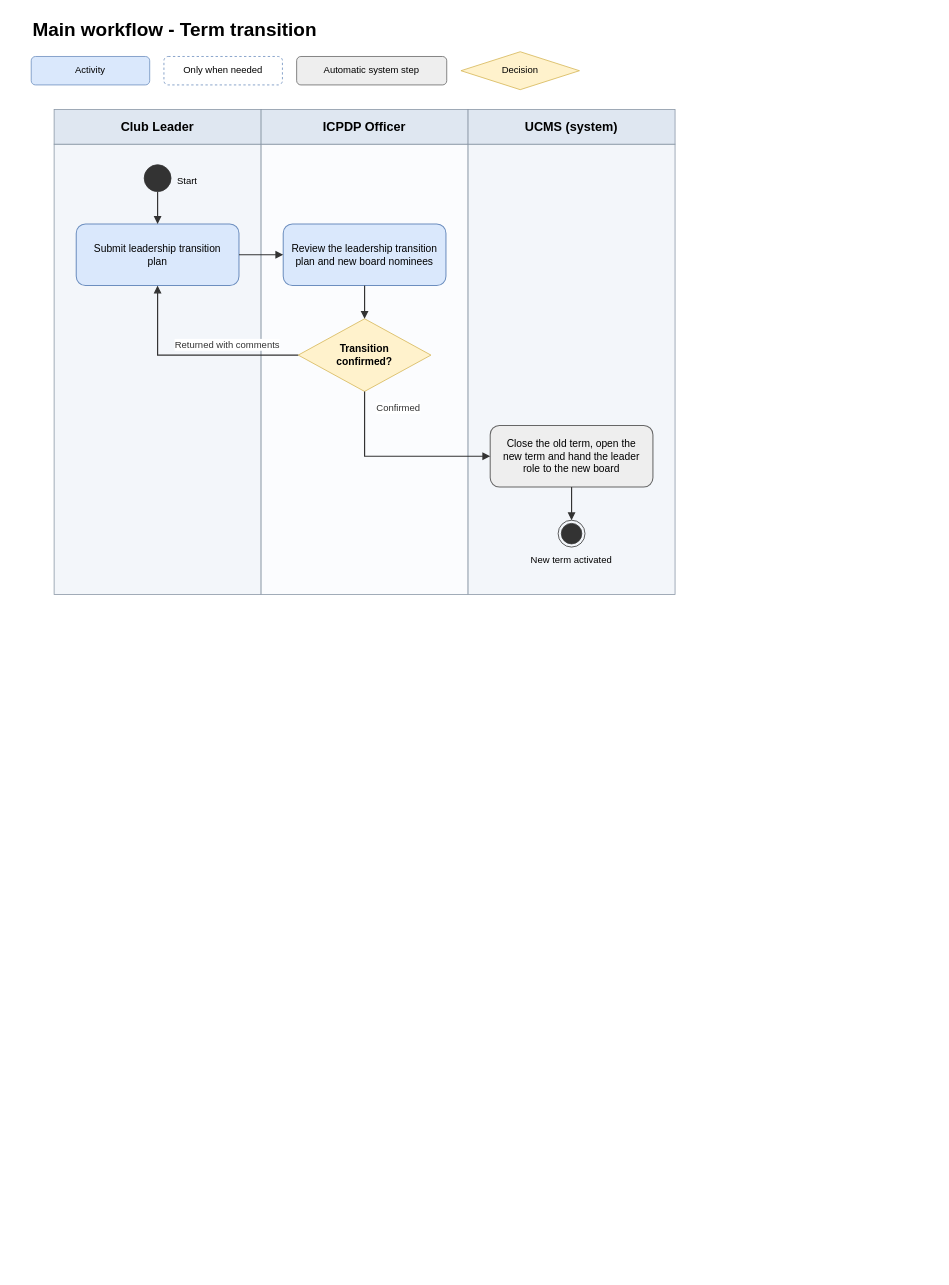
Earlier version of the draw.io diagram page "04 Term transition" (4 of 8) of docs/03-diagrams/UCMS_Main_Workflow.drawio (nvdekay/ClubManagementSystem). Source tidied: cells renumbered, new cells numbered last; positions are measured from the earlier drawing's top-left corner, leaving out a move shared by most shapes. Both pictures are drawn from the tidied source at 79%, with x=0, y=0 at pixel (31, 15).
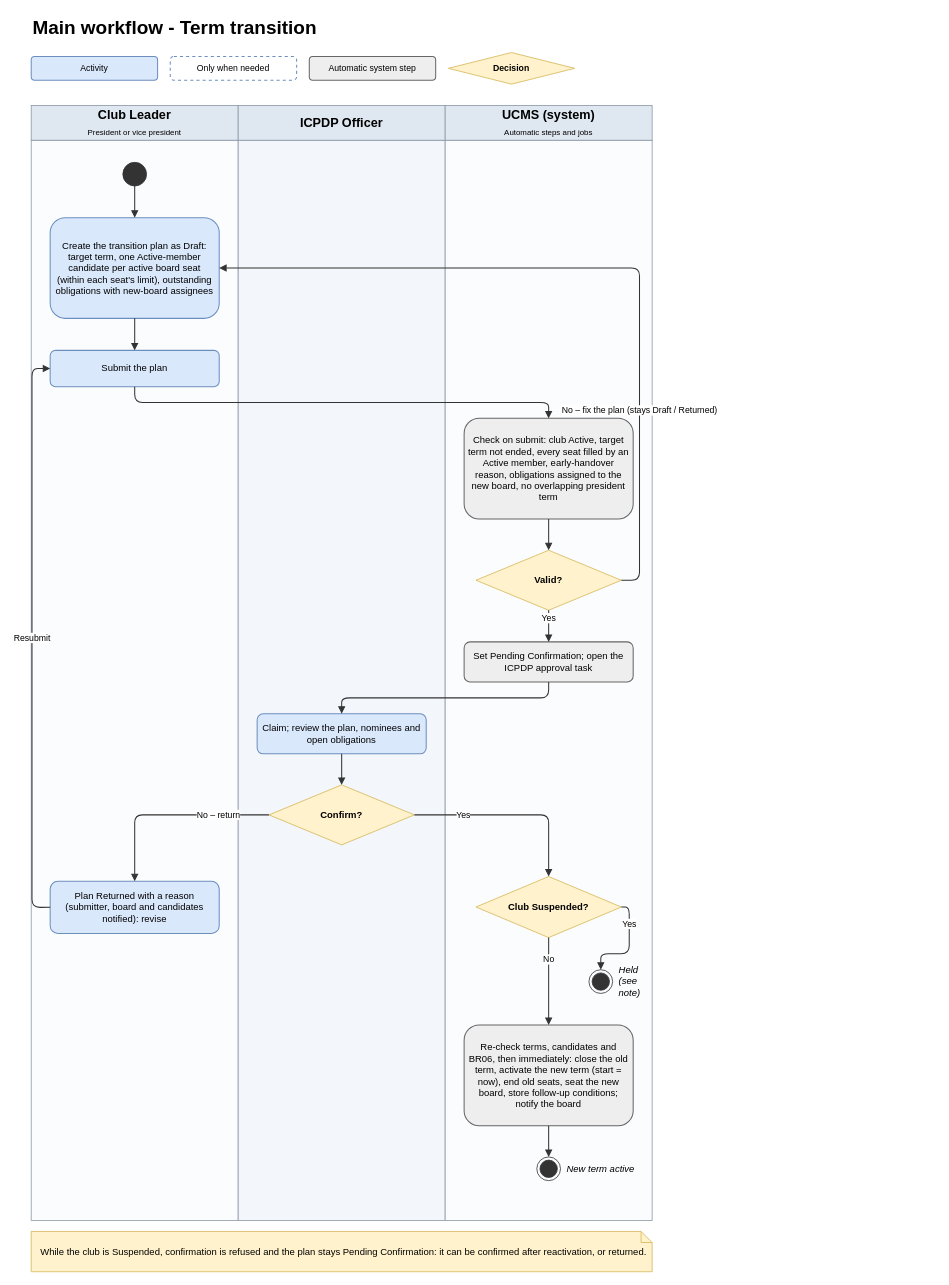
After the change.

Change to the diagram source:
```diff
@@
     <mxCell id="2" value="Main workflow - Term transition" style="text;html=1;align=left;verticalAlign=middle;fontSize=24;fontStyle=1;" parent="1" vertex="1">
-      <mxGeometry width="1144" height="36" as="geometry" />
+      <mxGeometry y="-2" width="786" height="36" as="geometry" />
     </mxCell>
-    <mxCell id="3" value="Activity" style="rounded=1;whiteSpace=wrap;html=1;fillColor=#dae8fc;strokeColor=#6c8ebf;fontSize=12;" parent="1" vertex="1">
-      <mxGeometry y="52" width="150" height="36" as="geometry" />
+    <mxCell id="3" value="Activity" style="rounded=1;whiteSpace=wrap;html=1;fillColor=#dae8fc;strokeColor=#6c8ebf;strokeWidth=1.3;spacing=6;fontSize=11;" parent="1" vertex="1">
+      <mxGeometry y="52" width="160" height="30" as="geometry" />
     </mxCell>
-    <mxCell id="4" value="Only when needed" style="rounded=1;whiteSpace=wrap;html=1;fillColor=#ffffff;strokeColor=#6c8ebf;fontSize=12;dashed=1;" parent="1" vertex="1">
-      <mxGeometry x="168" y="52" width="150" height="36" as="geometry" />
+    <mxCell id="4" value="Only when needed" style="rounded=1;whiteSpace=wrap;html=1;fillColor=#ffffff;strokeColor=#6c8ebf;dashed=1;strokeWidth=1.3;spacing=6;fontSize=11;" parent="1" vertex="1">
+      <mxGeometry x="176" y="52" width="160" height="30" as="geometry" />
     </mxCell>
-    <mxCell id="5" value="Automatic system step" style="rounded=1;whiteSpace=wrap;html=1;fillColor=#eeeeee;strokeColor=#666666;fontSize=12;" parent="1" vertex="1">
-      <mxGeometry x="336" y="52" width="190" height="36" as="geometry" />
+    <mxCell id="5" value="Automatic system step" style="rounded=1;whiteSpace=wrap;html=1;fillColor=#eeeeee;strokeColor=#666666;strokeWidth=1.3;spacing=6;fontSize=11;" parent="1" vertex="1">
+      <mxGeometry x="352" y="52" width="160" height="30" as="geometry" />
     </mxCell>
-    <mxCell id="6" value="Decision" style="rhombus;whiteSpace=wrap;html=1;fillColor=#fff2cc;strokeColor=#d6b656;fontSize=12;" parent="1" vertex="1">
-      <mxGeometry x="544" y="46" width="150" height="48" as="geometry" />
+    <mxCell id="6" value="Decision" style="rhombus;whiteSpace=wrap;html=1;fillColor=#fff2cc;strokeColor=#d6b656;fontStyle=1;spacingLeft=18;spacingRight=18;fontSize=11;" parent="1" vertex="1">
+      <mxGeometry x="528" y="47" width="160" height="40" as="geometry" />
     </mxCell>
-    <mxCell id="7" style="rounded=0;html=1;fillColor=#f3f6fa;strokeColor=#8a97a6;" parent="1" vertex="1">
-      <mxGeometry x="29" y="163" width="262" height="570" as="geometry" />
-    </mxCell>
-    <mxCell id="8" value="Club Leader" style="rounded=0;whiteSpace=wrap;html=1;fillColor=#dfe7f1;strokeColor=#8a97a6;fontStyle=1;fontSize=16;" parent="1" vertex="1">
-      <mxGeometry x="29" y="119" width="262" height="44" as="geometry" />
-    </mxCell>
-    <mxCell id="9" style="rounded=0;html=1;fillColor=#fbfcfe;strokeColor=#8a97a6;" parent="1" vertex="1">
-      <mxGeometry x="291" y="163" width="262" height="570" as="geometry" />
-    </mxCell>
+    <mxCell id="29" style="rounded=0;html=1;fillColor=#fbfcfe;strokeColor=#8a97a6;" parent="1" vertex="1">
+      <mxGeometry y="158" width="262" height="1367.3" as="geometry" />
+    </mxCell>
+    <mxCell id="30" value="&lt;b&gt;Club Leader&lt;/b&gt;&lt;br&gt;&lt;span style=&quot;font-size:10px;font-weight:normal;&quot;&gt;President or vice president&lt;/span&gt;" style="rounded=0;whiteSpace=wrap;html=1;fillColor=#dfe7f1;strokeColor=#8a97a6;fontSize=16;" parent="1" vertex="1">
+      <mxGeometry y="114" width="262" height="44" as="geometry" />
+    </mxCell>
+    <mxCell id="31" style="rounded=0;html=1;fillColor=#f3f6fa;strokeColor=#8a97a6;" parent="1" vertex="1">
+      <mxGeometry x="262" y="158" width="262" height="1367.3" as="geometry" />
+    </mxCell>
-    <mxCell id="10" value="ICPDP Officer" style="rounded=0;whiteSpace=wrap;html=1;fillColor=#dfe7f1;strokeColor=#8a97a6;fontStyle=1;fontSize=16;" parent="1" vertex="1">
-      <mxGeometry x="291" y="119" width="262" height="44" as="geometry" />
+    <mxCell id="10" value="&lt;b&gt;ICPDP Officer&lt;/b&gt;" style="rounded=0;whiteSpace=wrap;html=1;fillColor=#dfe7f1;strokeColor=#8a97a6;fontSize=16;" parent="1" vertex="1">
+      <mxGeometry x="262" y="114" width="262" height="44" as="geometry" />
     </mxCell>
-    <mxCell id="11" style="rounded=0;html=1;fillColor=#f3f6fa;strokeColor=#8a97a6;" parent="1" vertex="1">
-      <mxGeometry x="553" y="163" width="262" height="570" as="geometry" />
-    </mxCell>
-    <mxCell id="12" value="UCMS (system)" style="rounded=0;whiteSpace=wrap;html=1;fillColor=#dfe7f1;strokeColor=#8a97a6;fontStyle=1;fontSize=16;" parent="1" vertex="1">
-      <mxGeometry x="553" y="119" width="262" height="44" as="geometry" />
-    </mxCell>
+    <mxCell id="32" style="rounded=0;html=1;fillColor=#fbfcfe;strokeColor=#8a97a6;" parent="1" vertex="1">
+      <mxGeometry x="524" y="158" width="262" height="1367.3" as="geometry" />
+    </mxCell>
+    <mxCell id="33" value="&lt;b&gt;UCMS (system)&lt;/b&gt;&lt;br&gt;&lt;span style=&quot;font-size:10px;font-weight:normal;&quot;&gt;Automatic steps and jobs&lt;/span&gt;" style="rounded=0;whiteSpace=wrap;html=1;fillColor=#dfe7f1;strokeColor=#8a97a6;fontSize=16;" parent="1" vertex="1">
+      <mxGeometry x="524" y="114" width="262" height="44" as="geometry" />
+    </mxCell>
     <mxCell id="13" style="ellipse;html=1;fillColor=#333333;strokeColor=#333333;" parent="1" vertex="1">
-      <mxGeometry x="143" y="189" width="34" height="34" as="geometry" />
+      <mxGeometry x="116" y="186" width="30" height="30" as="geometry" />
     </mxCell>
-    <mxCell id="14" value="Start" style="text;html=1;align=left;fontSize=12;" parent="1" vertex="1">
-      <mxGeometry x="183" y="196" width="50" height="20" as="geometry" />
-    </mxCell>
-    <mxCell id="15" value="Submit leadership transition plan" style="rounded=1;whiteSpace=wrap;html=1;fillColor=#dae8fc;strokeColor=#6c8ebf;fontSize=13;strokeWidth=1.3;spacing=10;" parent="1" vertex="1">
-      <mxGeometry x="57" y="264" width="206" height="78" as="geometry" />
-    </mxCell>
-    <mxCell id="16" value="Review the leadership transition plan and new board nominees" style="rounded=1;whiteSpace=wrap;html=1;fillColor=#dae8fc;strokeColor=#6c8ebf;fontSize=13;strokeWidth=1.3;spacing=10;" parent="1" vertex="1">
-      <mxGeometry x="319" y="264" width="206" height="78" as="geometry" />
-    </mxCell>
+    <mxCell id="34" value="Create the transition plan as Draft: target term, one Active-member candidate per active board seat (within each seat's limit), outstanding obligations with new-board assignees" style="rounded=1;whiteSpace=wrap;html=1;fillColor=#dae8fc;strokeColor=#6c8ebf;strokeWidth=1.3;spacing=6;fontSize=12;" parent="1" vertex="1">
+      <mxGeometry x="24" y="256" width="214" height="127.5" as="geometry" />
+    </mxCell>
+    <mxCell id="35" value="Submit the plan" style="rounded=1;whiteSpace=wrap;html=1;fillColor=#dae8fc;strokeColor=#6c8ebf;strokeWidth=1.3;spacing=6;fontSize=12;" parent="1" vertex="1">
+      <mxGeometry x="24" y="424" width="214" height="46" as="geometry" />
+    </mxCell>
+    <mxCell id="36" value="Check on submit: club Active, target term not ended, every seat filled by an Active member, early-handover reason, obligations assigned to the new board, no overlapping president term" style="rounded=1;whiteSpace=wrap;html=1;fillColor=#eeeeee;strokeColor=#666666;strokeWidth=1.3;spacing=6;fontSize=12;" parent="1" vertex="1">
+      <mxGeometry x="548" y="510" width="214" height="127.5" as="geometry" />
+    </mxCell>
+    <mxCell id="37" value="Valid?" style="rhombus;whiteSpace=wrap;html=1;fillColor=#fff2cc;strokeColor=#d6b656;fontStyle=1;spacingLeft=18;spacingRight=18;fontSize=12;" parent="1" vertex="1">
+      <mxGeometry x="563" y="677" width="184" height="76" as="geometry" />
+    </mxCell>
+    <mxCell id="38" value="Set Pending Confirmation; open the ICPDP approval task" style="rounded=1;whiteSpace=wrap;html=1;fillColor=#eeeeee;strokeColor=#666666;strokeWidth=1.3;spacing=6;fontSize=12;" parent="1" vertex="1">
+      <mxGeometry x="548" y="793" width="214" height="50.7" as="geometry" />
+    </mxCell>
+    <mxCell id="39" value="Claim; review the plan, nominees and open obligations" style="rounded=1;whiteSpace=wrap;html=1;fillColor=#dae8fc;strokeColor=#6c8ebf;strokeWidth=1.3;spacing=6;fontSize=12;" parent="1" vertex="1">
+      <mxGeometry x="286" y="884" width="214" height="50.7" as="geometry" />
+    </mxCell>
-    <mxCell id="17" value="Transition confirmed?" style="rhombus;whiteSpace=wrap;html=1;fillColor=#fff2cc;strokeColor=#d6b656;fontSize=13;fontStyle=1;spacingLeft=26;spacingRight=26;" parent="1" vertex="1">
-      <mxGeometry x="338" y="384" width="168" height="92" as="geometry" />
+    <mxCell id="17" value="Confirm?" style="rhombus;whiteSpace=wrap;html=1;fillColor=#fff2cc;strokeColor=#d6b656;fontStyle=1;spacingLeft=18;spacingRight=18;fontSize=12;" parent="1" vertex="1">
+      <mxGeometry x="301" y="974" width="184" height="76" as="geometry" />
     </mxCell>
-    <mxCell id="18" value="Close the old term, open the new term and hand the leader role to the new board" style="rounded=1;whiteSpace=wrap;html=1;fillColor=#eeeeee;strokeColor=#666666;fontSize=13;strokeWidth=1.3;spacing=10;" parent="1" vertex="1">
-      <mxGeometry x="581" y="519" width="206" height="78" as="geometry" />
-    </mxCell>
+    <mxCell id="40" value="Plan Returned with a reason (submitter, board and candidates notified): revise" style="rounded=1;whiteSpace=wrap;html=1;fillColor=#dae8fc;strokeColor=#6c8ebf;strokeWidth=1.3;spacing=6;fontSize=12;" parent="1" vertex="1">
+      <mxGeometry x="24" y="1096" width="214" height="66.1" as="geometry" />
+    </mxCell>
+    <mxCell id="41" value="Club Suspended?" style="rhombus;whiteSpace=wrap;html=1;fillColor=#fff2cc;strokeColor=#d6b656;fontStyle=1;spacingLeft=18;spacingRight=18;fontSize=12;" parent="1" vertex="1">
+      <mxGeometry x="563" y="1090" width="184" height="77.3" as="geometry" />
+    </mxCell>
+    <mxCell id="42" style="ellipse;html=1;shape=endState;fillColor=#333333;strokeColor=#333333;" parent="1" vertex="1">
+      <mxGeometry x="706" y="1208" width="30" height="30" as="geometry" />
+    </mxCell>
+    <mxCell id="43" value="Held (see note)" style="text;html=1;whiteSpace=wrap;align=left;verticalAlign=middle;fontSize=12;fontStyle=2;" parent="1" vertex="1">
+      <mxGeometry x="742" y="1200" width="38" height="46" as="geometry" />
+    </mxCell>
+    <mxCell id="44" value="Re-check terms, candidates and BR06, then immediately: close the old term, activate the new term (start = now), end old seats, seat the new board, store follow-up conditions; notify the board" style="rounded=1;whiteSpace=wrap;html=1;fillColor=#eeeeee;strokeColor=#666666;strokeWidth=1.3;spacing=6;fontSize=12;" parent="1" vertex="1">
+      <mxGeometry x="548" y="1278" width="214" height="127.5" as="geometry" />
+    </mxCell>
     <mxCell id="19" style="ellipse;html=1;shape=endState;fillColor=#333333;strokeColor=#333333;" parent="1" vertex="1">
-      <mxGeometry x="667" y="639" width="34" height="34" as="geometry" />
+      <mxGeometry x="640" y="1445" width="30" height="30" as="geometry" />
     </mxCell>
-    <mxCell id="20" value="New term activated" style="text;html=1;whiteSpace=wrap;align=center;fontSize=12;" parent="1" vertex="1">
-      <mxGeometry x="594" y="676" width="180" height="18" as="geometry" />
+    <mxCell id="20" value="New term active" style="text;html=1;whiteSpace=wrap;align=left;verticalAlign=middle;fontSize=12;fontStyle=2;" parent="1" vertex="1">
+      <mxGeometry x="676" y="1437" width="104" height="46" as="geometry" />
     </mxCell>
-    <mxCell id="21" value="Returned with comments" style="text;html=1;whiteSpace=wrap;align=center;verticalAlign=middle;fontSize=12;fontColor=#333333;labelBackgroundColor=#ffffff;" parent="1" vertex="1">
-      <mxGeometry x="171" y="407" width="155" height="20" as="geometry" />
-    </mxCell>
-    <mxCell id="22" value="Confirmed" style="text;html=1;whiteSpace=wrap;align=center;verticalAlign=middle;fontSize=12;fontColor=#333333;labelBackgroundColor=#ffffff;" parent="1" vertex="1">
-      <mxGeometry x="429" y="487" width="72" height="20" as="geometry" />
-    </mxCell>
-    <mxCell id="23" style="endArrow=block;endFill=1;html=1;rounded=0;strokeColor=#333333;strokeWidth=1.5;exitX=0.5;exitY=1;entryX=0.5;entryY=0;" parent="1" edge="1" source="13" target="15">
+    <mxCell id="23" style="endArrow=block;endFill=1;html=1;rounded=1;edgeStyle=orthogonalEdgeStyle;strokeColor=#333333;strokeWidth=1.3;fontSize=11;labelBackgroundColor=#ffffff;exitX=0.5;exitY=1;entryX=0.5;entryY=0;" parent="1" edge="1" source="13" target="34">
       <mxGeometry relative="1" as="geometry" />
     </mxCell>
-    <mxCell id="24" style="endArrow=block;endFill=1;html=1;rounded=0;strokeColor=#333333;strokeWidth=1.5;exitX=1;exitY=0.5;entryX=0;entryY=0.5;" parent="1" edge="1" source="15" target="16">
+    <mxCell id="24" style="endArrow=block;endFill=1;html=1;rounded=1;edgeStyle=orthogonalEdgeStyle;strokeColor=#333333;strokeWidth=1.3;fontSize=11;labelBackgroundColor=#ffffff;exitX=0.5;exitY=1;entryX=0.5;entryY=0;" parent="1" edge="1" source="34" target="35">
       <mxGeometry relative="1" as="geometry" />
     </mxCell>
-    <mxCell id="25" style="endArrow=block;endFill=1;html=1;rounded=0;strokeColor=#333333;strokeWidth=1.5;exitX=0.5;exitY=1;entryX=0.5;entryY=0;" parent="1" edge="1" source="16" target="17">
+    <mxCell id="25" style="endArrow=block;endFill=1;html=1;rounded=1;edgeStyle=orthogonalEdgeStyle;strokeColor=#333333;strokeWidth=1.3;fontSize=11;labelBackgroundColor=#ffffff;exitX=0.5;exitY=1;entryX=0.5;entryY=0;" parent="1" edge="1" source="35" target="36">
       <mxGeometry relative="1" as="geometry" />
     </mxCell>
-    <mxCell id="26" style="endArrow=block;endFill=1;html=1;rounded=0;strokeColor=#333333;strokeWidth=1.5;exitX=0;exitY=0.5;entryX=0.5;entryY=1;" parent="1" edge="1" source="17" target="15">
-      <mxGeometry relative="1" as="geometry">
-        <Array as="points">
-          <mxPoint x="160" y="430" />
-        </Array>
-      </mxGeometry>
+    <mxCell id="26" style="endArrow=block;endFill=1;html=1;rounded=1;edgeStyle=orthogonalEdgeStyle;strokeColor=#333333;strokeWidth=1.3;fontSize=11;labelBackgroundColor=#ffffff;exitX=0.5;exitY=1;entryX=0.5;entryY=0;" parent="1" edge="1" source="36" target="37">
+      <mxGeometry relative="1" as="geometry" />
     </mxCell>
-    <mxCell id="27" style="endArrow=block;endFill=1;html=1;rounded=0;strokeColor=#333333;strokeWidth=1.5;exitX=0.5;exitY=1;entryX=0;entryY=0.5;" parent="1" edge="1" source="17" target="18">
-      <mxGeometry relative="1" as="geometry">
+    <mxCell id="27" value="No – fix the plan (stays Draft / Returned)" style="endArrow=block;endFill=1;html=1;rounded=1;edgeStyle=orthogonalEdgeStyle;strokeColor=#333333;strokeWidth=1.3;fontSize=11;labelBackgroundColor=#ffffff;exitX=1;exitY=0.5;entryX=1;entryY=0.5;" parent="1" edge="1" source="37" target="34">
+      <mxGeometry x="-0.5" relative="1" as="geometry">
         <Array as="points">
-          <mxPoint x="422" y="558" />
+          <mxPoint x="770" y="715" />
+          <mxPoint x="770" y="320" />
         </Array>
       </mxGeometry>
     </mxCell>
-    <mxCell id="28" style="endArrow=block;endFill=1;html=1;rounded=0;strokeColor=#333333;strokeWidth=1.5;exitX=0.5;exitY=1;entryX=0.5;entryY=0;" parent="1" edge="1" source="18" target="19">
-      <mxGeometry relative="1" as="geometry" />
+    <mxCell id="28" value="Yes" style="endArrow=block;endFill=1;html=1;rounded=1;edgeStyle=orthogonalEdgeStyle;strokeColor=#333333;strokeWidth=1.3;fontSize=11;labelBackgroundColor=#ffffff;exitX=0.5;exitY=1;entryX=0.5;entryY=0;" parent="1" edge="1" source="37" target="38">
+      <mxGeometry x="-0.5" relative="1" as="geometry" />
     </mxCell>
+    <mxCell id="45" style="endArrow=block;endFill=1;html=1;rounded=1;edgeStyle=orthogonalEdgeStyle;strokeColor=#333333;strokeWidth=1.3;fontSize=11;labelBackgroundColor=#ffffff;exitX=0.5;exitY=1;entryX=0.5;entryY=0;" parent="1" edge="1" source="38" target="39">
+      <mxGeometry relative="1" as="geometry" />
+    </mxCell>
+    <mxCell id="46" style="endArrow=block;endFill=1;html=1;rounded=1;edgeStyle=orthogonalEdgeStyle;strokeColor=#333333;strokeWidth=1.3;fontSize=11;labelBackgroundColor=#ffffff;exitX=0.5;exitY=1;entryX=0.5;entryY=0;" parent="1" edge="1" source="39" target="17">
+      <mxGeometry relative="1" as="geometry" />
+    </mxCell>
+    <mxCell id="47" value="No – return" style="endArrow=block;endFill=1;html=1;rounded=1;edgeStyle=orthogonalEdgeStyle;strokeColor=#333333;strokeWidth=1.3;fontSize=11;labelBackgroundColor=#ffffff;exitX=0;exitY=0.5;entryX=0.5;entryY=0;" parent="1" edge="1" source="17" target="40">
+      <mxGeometry x="-0.5" relative="1" as="geometry" />
+    </mxCell>
+    <mxCell id="48" value="Yes" style="endArrow=block;endFill=1;html=1;rounded=1;edgeStyle=orthogonalEdgeStyle;strokeColor=#333333;strokeWidth=1.3;fontSize=11;labelBackgroundColor=#ffffff;exitX=1;exitY=0.5;entryX=0.5;entryY=0;" parent="1" edge="1" source="17" target="41">
+      <mxGeometry x="-0.5" relative="1" as="geometry" />
+    </mxCell>
+    <mxCell id="49" value="Yes" style="endArrow=block;endFill=1;html=1;rounded=1;edgeStyle=orthogonalEdgeStyle;strokeColor=#333333;strokeWidth=1.3;fontSize=11;labelBackgroundColor=#ffffff;exitX=1;exitY=0.5;entryX=0.5;entryY=0;" parent="1" edge="1" source="41" target="42">
+      <mxGeometry x="-0.5" relative="1" as="geometry" />
+    </mxCell>
+    <mxCell id="50" value="No" style="endArrow=block;endFill=1;html=1;rounded=1;edgeStyle=orthogonalEdgeStyle;strokeColor=#333333;strokeWidth=1.3;fontSize=11;labelBackgroundColor=#ffffff;exitX=0.5;exitY=1;entryX=0.5;entryY=0;" parent="1" edge="1" source="41" target="44">
+      <mxGeometry x="-0.5" relative="1" as="geometry" />
+    </mxCell>
+    <mxCell id="51" value="Resubmit" style="endArrow=block;endFill=1;html=1;rounded=1;edgeStyle=orthogonalEdgeStyle;strokeColor=#333333;strokeWidth=1.3;fontSize=11;labelBackgroundColor=#ffffff;exitX=0;exitY=0.5;entryX=0;entryY=0.5;" parent="1" edge="1" source="40" target="35">
+      <mxGeometry relative="1" as="geometry">
+        <Array as="points">
+          <mxPoint x="1" y="1129" />
+          <mxPoint x="1" y="447" />
+        </Array>
+      </mxGeometry>
+    </mxCell>
+    <mxCell id="52" style="endArrow=block;endFill=1;html=1;rounded=1;edgeStyle=orthogonalEdgeStyle;strokeColor=#333333;strokeWidth=1.3;fontSize=11;labelBackgroundColor=#ffffff;exitX=0.5;exitY=1;entryX=0.5;entryY=0;" parent="1" edge="1" source="44" target="19">
+      <mxGeometry relative="1" as="geometry" />
+    </mxCell>
+    <mxCell id="53" value="While the club is Suspended, confirmation is refused and the plan stays Pending Confirmation: it can be confirmed after reactivation, or returned." style="shape=note;whiteSpace=wrap;html=1;size=14;align=left;spacingLeft=10;fillColor=#fff2cc;strokeColor=#d6b656;fontSize=12;" parent="1" vertex="1">
+      <mxGeometry y="1539.3" width="786" height="51" as="geometry" />
+    </mxCell>
```
